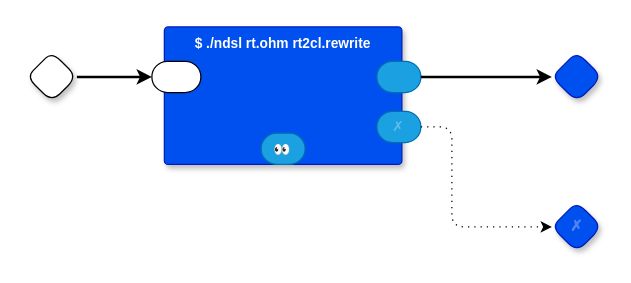
The draw.io diagram page "RT to Common Lisp" (5 of 9) of rt2cl.drawio in guitarvydas/rt, before the edit. Source tidied: cells renumbered, new cells numbered last; positions are measured from the earlier drawing's top-left corner, leaving out a move shared by most shapes. Both pictures are drawn from the tidied source at 125%, with x=0, y=0 at pixel (26, 26).
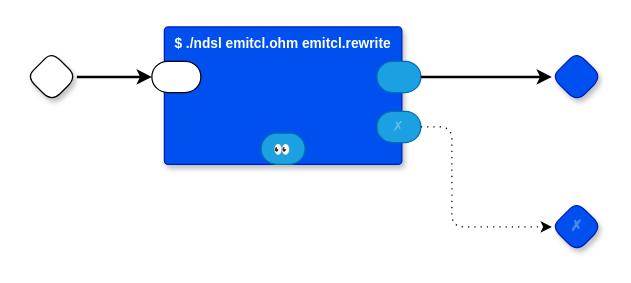
After the change.

The edit, as a diff of the source:
```diff
@@
 <mxGraphModel>
   <root>
     <mxCell id="0" />
     <mxCell id="1" parent="0" />
     <mxCell id="2" style="rhombus;whiteSpace=wrap;html=1;rounded=1;fontStyle=1;glass=0;sketch=0;fontSize=12;points=[[0,0.5,0,0,0],[0.5,0,0,0,0],[0.5,1,0,0,0],[1,0.5,0,0,0]];shadow=1;fontFamily=Helvetica;fontColor=default;" parent="1" vertex="1">
       <mxGeometry y="20" width="40" height="40" as="geometry" />
     </mxCell>
     <mxCell id="3" style="rhombus;whiteSpace=wrap;html=1;rounded=1;fontStyle=1;glass=0;sketch=0;fontSize=12;points=[[0,0.5,0,0,0],[0.5,0,0,0,0],[0.5,1,0,0,0],[1,0.5,0,0,0]];shadow=1;fillColor=#0050ef;fontColor=#ffffff;strokeColor=#001DBC;fontFamily=Helvetica;" parent="1" vertex="1">
       <mxGeometry x="420" y="20" width="40" height="40" as="geometry" />
     </mxCell>
     <mxCell id="4" value="✗" style="rhombus;whiteSpace=wrap;html=1;rounded=1;fillColor=#0050ef;fontColor=#ffffff;strokeColor=#001DBC;fontStyle=1;glass=0;sketch=0;fontSize=12;points=[[0,0.5,0,0,0],[0.5,0,0,0,0],[0.5,1,0,0,0],[1,0.5,0,0,0]];shadow=1;textOpacity=30;" parent="1" vertex="1">
       <mxGeometry x="420" y="140" width="40" height="40" as="geometry" />
     </mxCell>
-    <mxCell id="5" value="$ ./ndsl rt.ohm rt2cl.rewrite" style="rounded=1;sketch=0;verticalAlign=top;arcSize=6;fontStyle=1;absoluteArcSize=1;shadow=1;strokeColor=#001DBC;fillColor=#0050ef;fontColor=#ffffff;fontFamily=Helvetica;fontSize=11;" parent="1" vertex="1">
+    <mxCell id="5" value="$ ./ndsl emitcl.ohm emitcl.rewrite" style="rounded=1;sketch=0;verticalAlign=top;arcSize=6;fontStyle=1;absoluteArcSize=1;shadow=1;strokeColor=#001DBC;fillColor=#0050ef;fontColor=#ffffff;fontFamily=Helvetica;fontSize=11;" parent="1" vertex="1">
       <mxGeometry x="110" width="190" height="110" as="geometry" />
     </mxCell>
     <mxCell id="6" style="rounded=1;whiteSpace=wrap;html=1;sketch=0;points=[[0,0.5,0,0,0],[1,0.5,0,0,0]];arcSize=50;fontFamily=Helvetica;fontSize=11;fontColor=default;" parent="5" vertex="1">
       <mxGeometry x="-10" y="27.5" width="39.2" height="25" as="geometry" />
     </mxCell>
     <mxCell id="7" style="rounded=1;whiteSpace=wrap;html=1;sketch=0;points=[[0,0.5,0,0,0],[1,0.5,0,0,0]];fillColor=#1ba1e2;fontColor=#ffffff;strokeColor=#006EAF;arcSize=50;fontFamily=Helvetica;fontSize=11;" parent="5" vertex="1">
       <mxGeometry x="170" y="27.5" width="35.2" height="25" as="geometry" />
     </mxCell>
     <mxCell id="8" value="✗" style="rounded=1;whiteSpace=wrap;html=1;sketch=0;points=[[0,0.5,0,0,0],[1,0.5,0,0,0]];fillColor=#1ba1e2;fontColor=#ffffff;strokeColor=#006EAF;arcSize=50;fontFamily=Helvetica;fontSize=11;textOpacity=30;" parent="5" vertex="1">
       <mxGeometry x="170" y="67.5" width="35.2" height="25" as="geometry" />
     </mxCell>
     <mxCell id="9" value="👀" style="rounded=1;whiteSpace=wrap;sketch=0;fillColor=#1ba1e2;fontColor=#ffffff;strokeColor=#006EAF;arcSize=50;fontFamily=Helvetica;fontSize=11;labelBackgroundColor=none;" parent="5" vertex="1">
       <mxGeometry x="77.4" y="85" width="35.2" height="25" as="geometry" />
     </mxCell>
     <mxCell id="10" style="edgeStyle=orthogonalEdgeStyle;rounded=0;jettySize=auto;html=1;exitX=1;exitY=0.5;exitDx=0;exitDy=0;exitPerimeter=0;entryX=0;entryY=0.5;entryDx=0;entryDy=0;entryPerimeter=0;strokeWidth=2;" parent="1" edge="1" source="2" target="6">
       <mxGeometry relative="1" as="geometry" />
     </mxCell>
     <mxCell id="11" style="edgeStyle=orthogonalEdgeStyle;rounded=0;jettySize=auto;html=1;exitX=1;exitY=0.5;exitDx=0;exitDy=0;exitPerimeter=0;strokeWidth=2;entryX=0;entryY=0.5;entryDx=0;entryDy=0;entryPerimeter=0;" parent="1" edge="1" source="7" target="3">
       <mxGeometry relative="1" as="geometry" />
     </mxCell>
     <mxCell id="12" style="edgeStyle=orthogonalEdgeStyle;rounded=1;jettySize=auto;html=1;exitX=1;exitY=0.5;exitDx=0;exitDy=0;exitPerimeter=0;entryX=0;entryY=0.5;entryDx=0;entryDy=0;entryPerimeter=0;curved=0;dashed=1;dashPattern=1 4;" parent="1" edge="1" source="8" target="4">
       <mxGeometry relative="1" as="geometry">
         <Array as="points">
           <mxPoint x="340" y="80" />
           <mxPoint x="340" y="160" />
         </Array>
       </mxGeometry>
     </mxCell>
   </root>
 </mxGraphModel>
```
